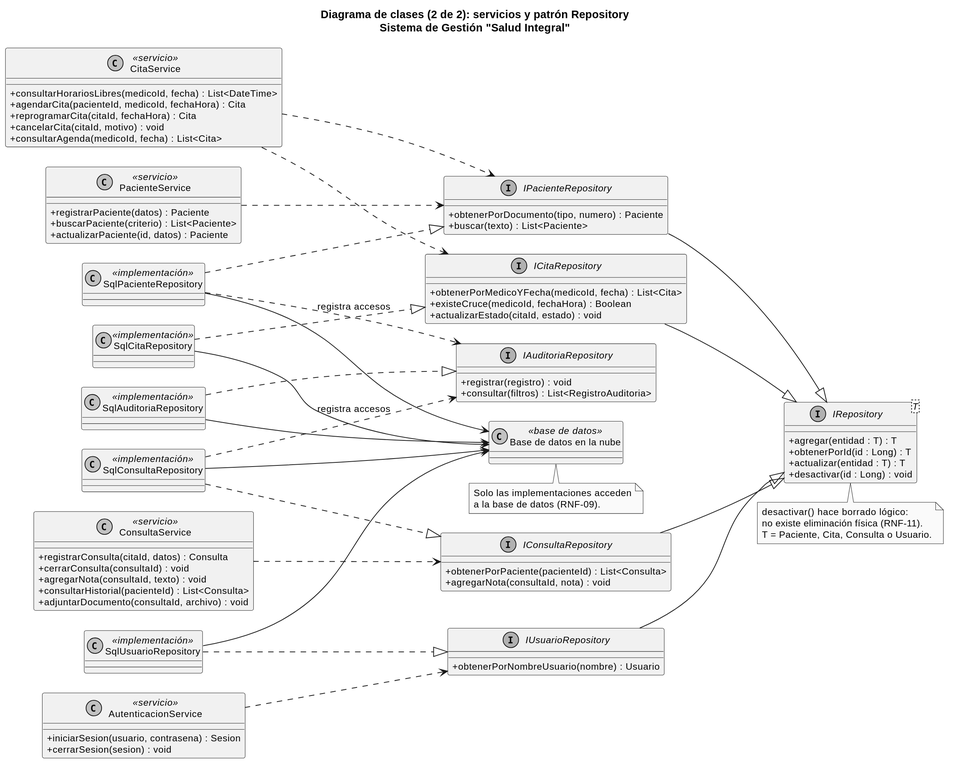
Above: docs/uml/img/02b_clases_repository.svg in JNACHO2001/consultorio-medico (PlantUML), before the change.
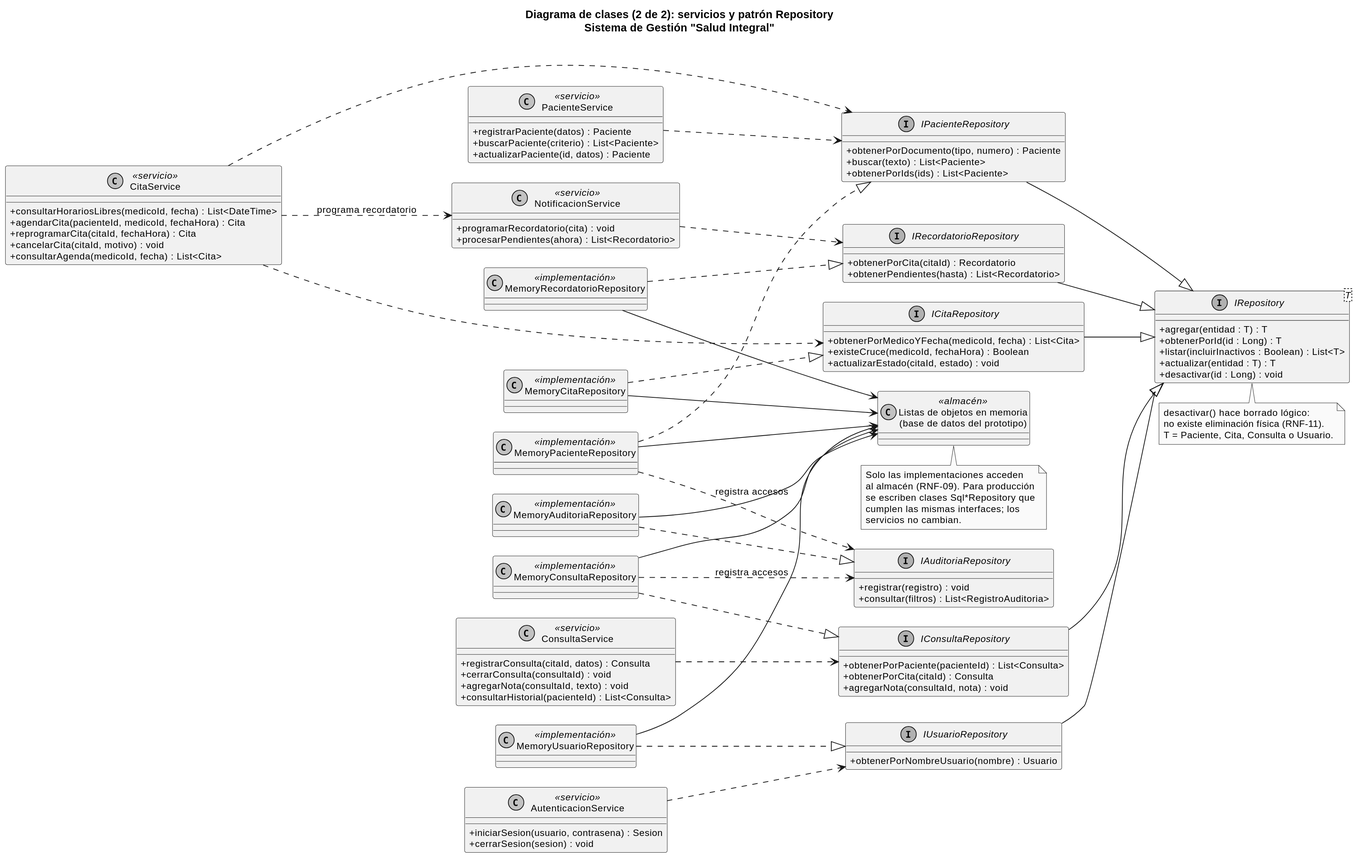
Later version of the same file.

Commit message:
docs(uml): imagen SVG del diagrama del patrón Repository

Change to the diagram source:
```diff
@@ -30,7 +30,11 @@
   + cerrarConsulta(consultaId) : void
   + agregarNota(consultaId, texto) : void
   + consultarHistorial(pacienteId) : List<Consulta>
-  + adjuntarDocumento(consultaId, archivo) : void
+}
+
+class NotificacionService <<servicio>> {
+  + programarRecordatorio(cita) : void
+  + procesarPendientes(ahora) : List<Recordatorio>
 }
 
 class AutenticacionService <<servicio>> {
@@ -41,6 +45,7 @@
 interface IPacienteRepository {
   + obtenerPorDocumento(tipo, numero) : Paciente
   + buscar(texto) : List<Paciente>
+  + obtenerPorIds(ids) : List<Paciente>
 }
 
 interface ICitaRepository {
@@ -51,11 +56,17 @@
 
 interface IConsultaRepository {
   + obtenerPorPaciente(pacienteId) : List<Consulta>
+  + obtenerPorCita(citaId) : Consulta
   + agregarNota(consultaId, nota) : void
 }
 
 interface IUsuarioRepository {
   + obtenerPorNombreUsuario(nombre) : Usuario
+}
+
+interface IRecordatorioRepository {
+  + obtenerPorCita(citaId) : Recordatorio
+  + obtenerPendientes(hasta) : List<Recordatorio>
 }
 
 interface IAuditoriaRepository {
@@ -66,43 +77,50 @@
 interface "IRepository<T>" as IRepository {
   + agregar(entidad : T) : T
   + obtenerPorId(id : Long) : T
+  + listar(incluirInactivos : Boolean) : List<T>
   + actualizar(entidad : T) : T
   + desactivar(id : Long) : void
 }
 
-class SqlPacienteRepository <<implementación>>
-class SqlCitaRepository <<implementación>>
-class SqlConsultaRepository <<implementación>>
-class SqlUsuarioRepository <<implementación>>
-class SqlAuditoriaRepository <<implementación>>
+class MemoryPacienteRepository <<implementación>>
+class MemoryCitaRepository <<implementación>>
+class MemoryConsultaRepository <<implementación>>
+class MemoryUsuarioRepository <<implementación>>
+class MemoryRecordatorioRepository <<implementación>>
+class MemoryAuditoriaRepository <<implementación>>
 
-class "Base de datos en la nube" as BD <<base de datos>>
+class "Listas de objetos en memoria\n(base de datos del prototipo)" as BD <<almacén>>
 
 PacienteService ..> IPacienteRepository
 CitaService ..> ICitaRepository
 CitaService ..> IPacienteRepository
 ConsultaService ..> IConsultaRepository
 AutenticacionService ..> IUsuarioRepository
+NotificacionService ..> IRecordatorioRepository
+CitaService ..> NotificacionService : programa recordatorio
 
 IPacienteRepository --|> IRepository
 ICitaRepository --|> IRepository
 IConsultaRepository --|> IRepository
 IUsuarioRepository --|> IRepository
+IRecordatorioRepository --|> IRepository
 
-SqlPacienteRepository ..|> IPacienteRepository
-SqlCitaRepository ..|> ICitaRepository
-SqlConsultaRepository ..|> IConsultaRepository
-SqlUsuarioRepository ..|> IUsuarioRepository
-SqlAuditoriaRepository ..|> IAuditoriaRepository
+MemoryPacienteRepository ..|> IPacienteRepository
+MemoryCitaRepository ..|> ICitaRepository
+MemoryConsultaRepository ..|> IConsultaRepository
+MemoryUsuarioRepository ..|> IUsuarioRepository
+MemoryRecordatorioRepository ..|> IRecordatorioRepository
+MemoryAuditoriaRepository ..|> IAuditoriaRepository
 
-SqlPacienteRepository ..> IAuditoriaRepository : registra accesos
-SqlConsultaRepository ..> IAuditoriaRepository : registra accesos
+MemoryPacienteRepository ..> IAuditoriaRepository : registra accesos
+MemoryConsultaRepository ..> IAuditoriaRepository : registra accesos
 
-SqlPacienteRepository --> BD
-SqlCitaRepository --> BD
-SqlConsultaRepository --> BD
-SqlUsuarioRepository --> BD
-SqlAuditoriaRepository --> BD
+MemoryPacienteRepository --> BD
+MemoryCitaRepository --> BD
+MemoryConsultaRepository --> BD
+MemoryUsuarioRepository --> BD
+MemoryRecordatorioRepository --> BD
+MemoryAuditoriaRepository --> BD
 
 note bottom of IRepository
   desactivar() hace borrado lógico:
@@ -112,6 +130,9 @@
 
 note bottom of BD
   Solo las implementaciones acceden
-  a la base de datos (RNF-09).
+  al almacén (RNF-09). Para producción
+  se escriben clases Sql*Repository que
+  cumplen las mismas interfaces; los
+  servicios no cambian.
 end note
 @enduml
```
